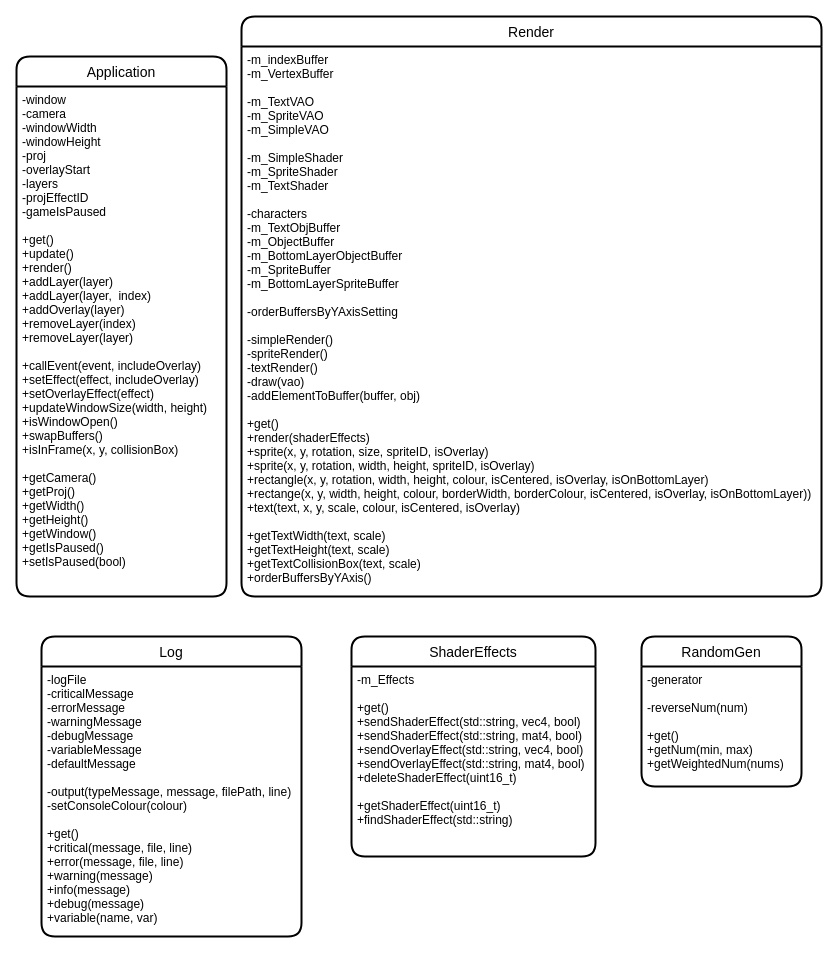
Above: page "Singletons" (8 of 10) of docs/Design - Classes.drawio in DeDerpster/TheMazeGame (draw.io), before the change. Source tidied: cells renumbered, new cells numbered last; positions are measured from the earlier drawing's top-left corner, leaving out a move shared by most shapes. Both pictures are drawn from the tidied source at 100%, with x=0, y=0 at pixel (16, 16).
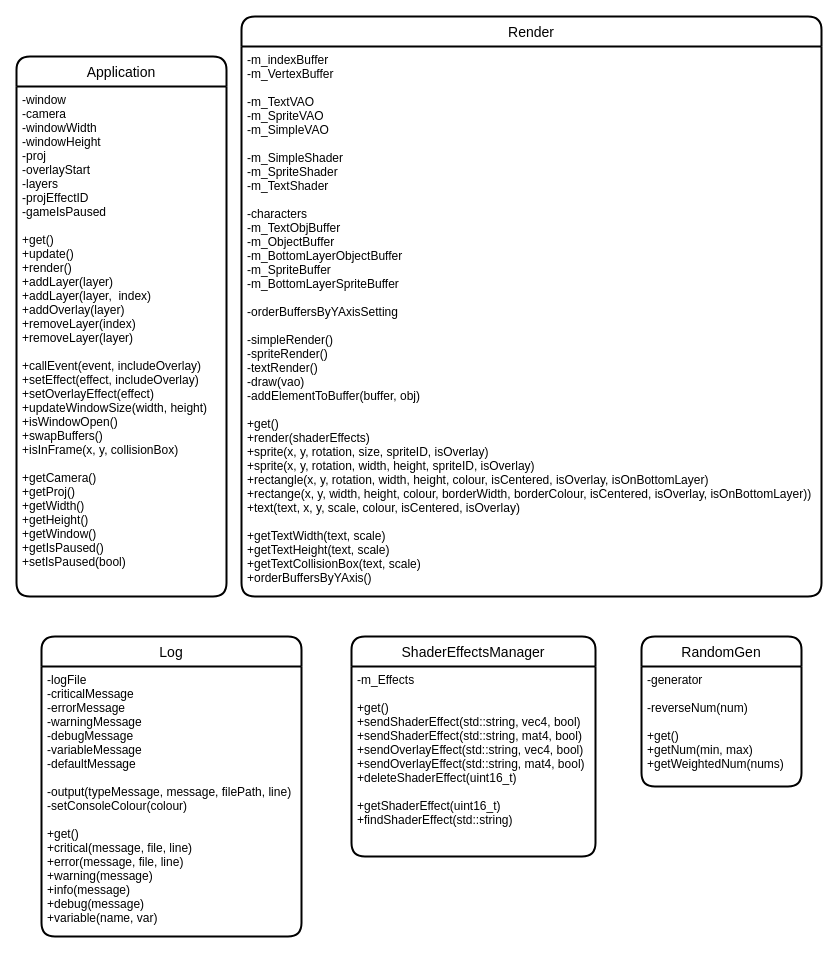
The same page after the edit.

The edit, as a diff of the source:
```diff
@@
 <mxGraphModel>
   <root>
     <mxCell id="0" />
     <mxCell id="1" parent="0" />
     <mxCell id="2" value="Application" style="swimlane;horizontal=1;startSize=30;rounded=1;fontSize=14;fontStyle=0;strokeWidth=2;shadow=0;dashed=0;align=center;" parent="1" vertex="1">
       <mxGeometry y="40" width="210" height="540" as="geometry" />
     </mxCell>
     <mxCell id="3" value="-window&#10;-camera&#10;-windowWidth&#10;-windowHeight&#10;-proj&#10;-overlayStart&#10;-layers&#10;-projEffectID&#10;-gameIsPaused&#10;&#10;+get()&#10;+update()&#10;+render()&#10;+addLayer(layer)&#10;+addLayer(layer,  index)&#10;+addOverlay(layer)&#10;+removeLayer(index)&#10;+removeLayer(layer)&#10;&#10;+callEvent(event, includeOverlay)&#10;+setEffect(effect, includeOverlay)&#10;+setOverlayEffect(effect)&#10;+updateWindowSize(width, height)&#10;+isWindowOpen()&#10;+swapBuffers()&#10;+isInFrame(x, y, collisionBox)&#10;&#10;+getCamera()&#10;+getProj()&#10;+getWidth()&#10;+getHeight()&#10;+getWindow()&#10;+getIsPaused()&#10;+setIsPaused(bool)" style="align=left;strokeColor=none;fillColor=none;spacingLeft=4;fontSize=12;verticalAlign=top;" parent="2" vertex="1">
       <mxGeometry y="30" width="210" height="510" as="geometry" />
     </mxCell>
     <mxCell id="4" value="Render" style="swimlane;horizontal=1;startSize=30;rounded=1;fontSize=14;fontStyle=0;strokeWidth=2;shadow=0;dashed=0;align=center;" parent="1" vertex="1">
       <mxGeometry x="225" width="580" height="580" as="geometry" />
     </mxCell>
     <mxCell id="5" value="-m_indexBuffer&#10;-m_VertexBuffer&#10;&#10;-m_TextVAO&#10;-m_SpriteVAO&#10;-m_SimpleVAO&#10;&#10;-m_SimpleShader&#10;-m_SpriteShader&#10;-m_TextShader&#10;&#10;-characters&#10;-m_TextObjBuffer&#10;-m_ObjectBuffer&#10;-m_BottomLayerObjectBuffer&#10;-m_SpriteBuffer&#10;-m_BottomLayerSpriteBuffer&#10;&#10;-orderBuffersByYAxisSetting&#10;&#10;-simpleRender()&#10;-spriteRender()&#10;-textRender()&#10;-draw(vao)&#10;-addElementToBuffer(buffer, obj)&#10;&#10;+get()&#10;+render(shaderEffects)&#10;+sprite(x, y, rotation, size, spriteID, isOverlay)&#10;+sprite(x, y, rotation, width, height, spriteID, isOverlay)&#10;+rectangle(x, y, rotation, width, height, colour, isCentered, isOverlay, isOnBottomLayer)&#10;+rectange(x, y, width, height, colour, borderWidth, borderColour, isCentered, isOverlay, isOnBottomLayer))&#10;+text(text, x, y, scale, colour, isCentered, isOverlay)&#10;&#10;+getTextWidth(text, scale)&#10;+getTextHeight(text, scale)&#10;+getTextCollisionBox(text, scale)&#10;+orderBuffersByYAxis()" style="align=left;strokeColor=none;fillColor=none;spacingLeft=4;fontSize=12;verticalAlign=top;" parent="4" vertex="1">
       <mxGeometry y="30" width="580" height="550" as="geometry" />
     </mxCell>
-    <mxCell id="6" value="ShaderEffects" style="swimlane;horizontal=1;startSize=30;rounded=1;fontSize=14;fontStyle=0;strokeWidth=2;shadow=0;dashed=0;align=center;" parent="1" vertex="1">
+    <mxCell id="6" value="ShaderEffectsManager" style="swimlane;horizontal=1;startSize=30;rounded=1;fontSize=14;fontStyle=0;strokeWidth=2;shadow=0;dashed=0;align=center;" parent="1" vertex="1">
       <mxGeometry x="335" y="620" width="244" height="220" as="geometry" />
     </mxCell>
     <mxCell id="7" value="-m_Effects&#10;&#10;+get()&#10;+sendShaderEffect(std::string, vec4, bool)&#10;+sendShaderEffect(std::string, mat4, bool)&#10;+sendOverlayEffect(std::string, vec4, bool)&#10;+sendOverlayEffect(std::string, mat4, bool)&#10;+deleteShaderEffect(uint16_t)&#10;&#10;+getShaderEffect(uint16_t)&#10;+findShaderEffect(std::string)" style="align=left;strokeColor=none;fillColor=none;spacingLeft=4;fontSize=12;verticalAlign=top;" parent="6" vertex="1">
       <mxGeometry y="30" width="244" height="190" as="geometry" />
     </mxCell>
     <mxCell id="8" value="RandomGen" style="swimlane;horizontal=1;startSize=30;rounded=1;fontSize=14;fontStyle=0;strokeWidth=2;shadow=0;dashed=0;align=center;" parent="1" vertex="1">
       <mxGeometry x="625" y="620" width="160" height="150" as="geometry" />
     </mxCell>
     <mxCell id="9" value="-generator&#10;&#10;-reverseNum(num)&#10;&#10;+get()&#10;+getNum(min, max)&#10;+getWeightedNum(nums)" style="align=left;strokeColor=none;fillColor=none;spacingLeft=4;fontSize=12;verticalAlign=top;" parent="8" vertex="1">
       <mxGeometry y="30" width="160" height="120" as="geometry" />
     </mxCell>
     <mxCell id="10" value="Log" style="swimlane;horizontal=1;startSize=30;rounded=1;fontSize=14;fontStyle=0;strokeWidth=2;shadow=0;dashed=0;align=center;" parent="1" vertex="1">
       <mxGeometry x="25" y="620" width="260" height="300" as="geometry" />
     </mxCell>
     <mxCell id="11" value="-logFile&#10;-criticalMessage&#10;-errorMessage&#10;-warningMessage&#10;-debugMessage&#10;-variableMessage&#10;-defaultMessage&#10;&#10;-output(typeMessage, message, filePath, line)&#10;-setConsoleColour(colour)&#10;&#10;+get()&#10;+critical(message, file, line)&#10;+error(message, file, line)&#10;+warning(message)&#10;+info(message)&#10;+debug(message)&#10;+variable(name, var)" style="align=left;strokeColor=none;fillColor=none;spacingLeft=4;fontSize=12;verticalAlign=top;" parent="10" vertex="1">
       <mxGeometry y="30" width="260" height="270" as="geometry" />
     </mxCell>
   </root>
 </mxGraphModel>
```
